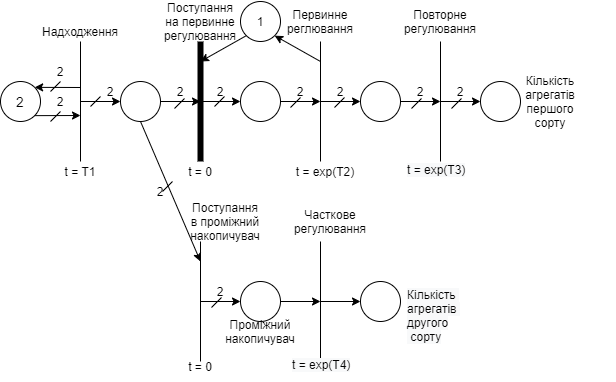
The draw.io diagram course work schema.png in ojdmytruk/SystemModeling_sem7, before a commit. Source tidied: cells renumbered, new cells last; positions are measured from the earlier drawing's top-left corner, leaving out a move shared by most shapes.
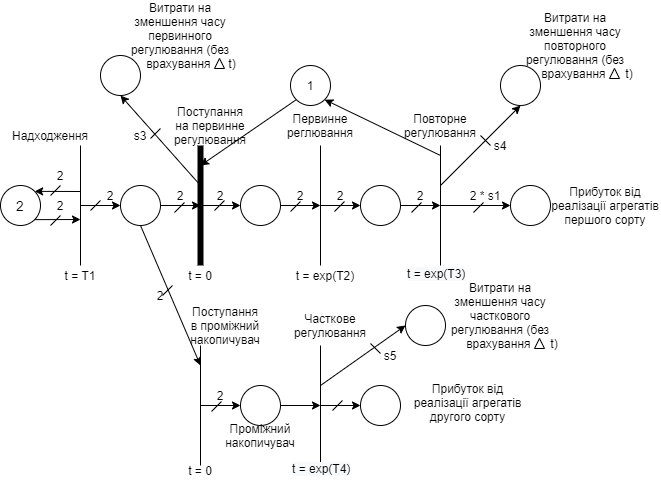
The same file after the commit.

Change to the diagram source:
```diff
@@ -74,11 +74,11 @@
       </mxGeometry>
     </mxCell>
     <mxCell id="16" value="1" style="ellipse;whiteSpace=wrap;html=1;" parent="1" vertex="1">
-      <mxGeometry x="240" width="40" height="40" as="geometry" />
+      <mxGeometry x="290" y="-40" width="40" height="40" as="geometry" />
     </mxCell>
     <mxCell id="17" style="endArrow=classic;html=1;entryX=1;entryY=1;entryDx=0;entryDy=0;" parent="1" edge="1" target="16">
       <mxGeometry relative="1" as="geometry">
-        <mxPoint x="320" y="60" as="sourcePoint" />
+        <mxPoint x="440" y="50" as="sourcePoint" />
       </mxGeometry>
     </mxCell>
     <mxCell id="18" style="endArrow=classic;html=1;exitX=0;exitY=1;exitDx=0;exitDy=0;" parent="1" edge="1" source="16">
@@ -107,7 +107,7 @@
       </mxGeometry>
     </mxCell>
     <mxCell id="23" style="ellipse;whiteSpace=wrap;html=1;" parent="1" vertex="1">
-      <mxGeometry x="480" y="80" width="40" height="40" as="geometry" />
+      <mxGeometry x="510" y="80" width="40" height="40" as="geometry" />
     </mxCell>
     <mxCell id="24" style="endArrow=classic;html=1;entryX=0;entryY=0.5;entryDx=0;entryDy=0;" parent="1" edge="1" target="23">
       <mxGeometry relative="1" as="geometry">
@@ -186,8 +186,8 @@
     </mxCell>
     <mxCell id="38" style="endArrow=none;html=1;" parent="1" edge="1">
       <mxGeometry relative="1" as="geometry">
-        <mxPoint x="451" y="107" as="sourcePoint" />
-        <mxPoint x="461" y="97" as="targetPoint" />
+        <mxPoint x="473" y="107" as="sourcePoint" />
+        <mxPoint x="483" y="97" as="targetPoint" />
       </mxGeometry>
     </mxCell>
     <mxCell id="39" style="endArrow=classic;html=1;exitX=0.5;exitY=1;exitDx=0;exitDy=0;" parent="1" edge="1" source="9">
@@ -231,20 +231,20 @@
     <mxCell id="49" value="2" style="text;html=1;strokeColor=none;fillColor=none;align=center;verticalAlign=middle;whiteSpace=wrap;rounded=0;" parent="1" vertex="1">
       <mxGeometry x="400" y="80" width="40" height="20" as="geometry" />
     </mxCell>
-    <mxCell id="50" value="2" style="text;html=1;strokeColor=none;fillColor=none;align=center;verticalAlign=middle;whiteSpace=wrap;rounded=0;" parent="1" vertex="1">
-      <mxGeometry x="440" y="80" width="40" height="20" as="geometry" />
+    <mxCell id="50" value="2 * s1" style="text;html=1;strokeColor=none;fillColor=none;align=center;verticalAlign=middle;whiteSpace=wrap;rounded=0;" parent="1" vertex="1">
+      <mxGeometry x="440" y="80" width="90" height="20" as="geometry" />
     </mxCell>
-    <mxCell id="51" value="Кількість агрегатів першого сорту" style="text;html=1;strokeColor=none;fillColor=none;align=center;verticalAlign=middle;whiteSpace=wrap;rounded=0;" parent="1" vertex="1">
-      <mxGeometry x="530" y="90" width="40" height="20" as="geometry" />
+    <mxCell id="51" value="Прибуток від реалізації агрегатів першого сорту" style="text;html=1;strokeColor=none;fillColor=none;align=center;verticalAlign=middle;whiteSpace=wrap;rounded=0;" parent="1" vertex="1">
+      <mxGeometry x="550" y="90" width="110" height="20" as="geometry" />
     </mxCell>
-    <mxCell id="52" value="&lt;span style=&quot;color: rgb(0 , 0 , 0) ; font-family: &amp;#34;helvetica&amp;#34; ; font-size: 12px ; font-style: normal ; font-weight: 400 ; letter-spacing: normal ; text-align: center ; text-indent: 0px ; text-transform: none ; word-spacing: 0px ; background-color: rgb(248 , 249 , 250) ; display: inline ; float: none&quot;&gt;Кількість &lt;br&gt;агрегатів&amp;nbsp;&lt;br&gt;другого&lt;br&gt;&amp;nbsp;сорту&lt;/span&gt;" style="text;whiteSpace=wrap;html=1;" parent="1" vertex="1">
-      <mxGeometry x="405" y="280" width="210" height="30" as="geometry" />
+    <mxCell id="52" value="&lt;span&gt;Прибуток від реалізації агрегатів другого сорту&lt;/span&gt;" style="text;whiteSpace=wrap;html=1;align=center;" parent="1" vertex="1">
+      <mxGeometry x="405" y="270" width="125" height="30" as="geometry" />
     </mxCell>
     <mxCell id="53" value="Поступання на первинне регулювання" style="text;html=1;strokeColor=none;fillColor=none;align=center;verticalAlign=middle;whiteSpace=wrap;rounded=0;" parent="1" vertex="1">
-      <mxGeometry x="180" y="10" width="40" height="20" as="geometry" />
+      <mxGeometry x="190" y="10" width="40" height="20" as="geometry" />
     </mxCell>
     <mxCell id="54" value="Надходження" style="text;html=1;strokeColor=none;fillColor=none;align=center;verticalAlign=middle;whiteSpace=wrap;rounded=0;" parent="1" vertex="1">
-      <mxGeometry x="60" y="20" width="40" height="20" as="geometry" />
+      <mxGeometry x="30" y="20" width="40" height="20" as="geometry" />
     </mxCell>
     <mxCell id="55" value="Первинне реглювання" style="text;html=1;strokeColor=none;fillColor=none;align=center;verticalAlign=middle;whiteSpace=wrap;rounded=0;" parent="1" vertex="1">
       <mxGeometry x="300" y="10" width="40" height="20" as="geometry" />
@@ -288,5 +288,85 @@
     <mxCell id="68" value="&lt;span style=&quot;color: rgb(0 , 0 , 0) ; font-family: &amp;#34;helvetica&amp;#34; ; font-size: 12px ; font-style: normal ; font-weight: 400 ; letter-spacing: normal ; text-align: center ; text-indent: 0px ; text-transform: none ; word-spacing: 0px ; background-color: rgb(248 , 249 , 250) ; display: inline ; float: none&quot;&gt;t = exp(T4)&lt;/span&gt;" style="text;whiteSpace=wrap;html=1;" parent="1" vertex="1">
       <mxGeometry x="290" y="350" width="80" height="30" as="geometry" />
     </mxCell>
+    <mxCell id="69" style="ellipse;whiteSpace=wrap;html=1;" parent="1" vertex="1">
+      <mxGeometry x="100" y="-50" width="40" height="40" as="geometry" />
+    </mxCell>
+    <mxCell id="70" style="ellipse;whiteSpace=wrap;html=1;" parent="1" vertex="1">
+      <mxGeometry x="500" y="-40" width="40" height="40" as="geometry" />
+    </mxCell>
+    <mxCell id="71" style="endArrow=classic;html=1;entryX=0.5;entryY=1;entryDx=0;entryDy=0;exitX=0;exitY=0;exitDx=0;exitDy=0;" parent="1" edge="1" source="46" target="69">
+      <mxGeometry relative="1" as="geometry" />
+    </mxCell>
+    <mxCell id="72" style="endArrow=classic;html=1;entryX=0.5;entryY=1;entryDx=0;entryDy=0;exitX=0;exitY=0;exitDx=0;exitDy=0;exitPerimeter=0;" parent="1" edge="1" source="50" target="70">
+      <mxGeometry relative="1" as="geometry" />
+    </mxCell>
+    <mxCell id="73" style="ellipse;whiteSpace=wrap;html=1;" parent="1" vertex="1">
+      <mxGeometry x="405" y="200" width="40" height="40" as="geometry" />
+    </mxCell>
+    <mxCell id="74" style="endArrow=classic;html=1;entryX=0;entryY=0.5;entryDx=0;entryDy=0;" parent="1" edge="1" target="73">
+      <mxGeometry relative="1" as="geometry">
+        <mxPoint x="320" y="280" as="sourcePoint" />
+      </mxGeometry>
+    </mxCell>
+    <mxCell id="75" style="endArrow=none;html=1;" parent="1" edge="1">
+      <mxGeometry relative="1" as="geometry">
+        <mxPoint x="150" y="33" as="sourcePoint" />
+        <mxPoint x="160" y="23" as="targetPoint" />
+      </mxGeometry>
+    </mxCell>
+    <mxCell id="76" style="endArrow=none;html=1;" parent="1" edge="1">
+      <mxGeometry relative="1" as="geometry">
+        <mxPoint x="480" y="30" as="sourcePoint" />
+        <mxPoint x="490" y="40" as="targetPoint" />
+      </mxGeometry>
+    </mxCell>
+    <mxCell id="77" style="endArrow=none;html=1;" parent="1" edge="1">
+      <mxGeometry relative="1" as="geometry">
+        <mxPoint x="370" y="238" as="sourcePoint" />
+        <mxPoint x="380" y="248" as="targetPoint" />
+      </mxGeometry>
+    </mxCell>
+    <mxCell id="78" style="endArrow=none;html=1;" parent="1" edge="1">
+      <mxGeometry relative="1" as="geometry">
+        <mxPoint x="332" y="305" as="sourcePoint" />
+        <mxPoint x="342" y="295" as="targetPoint" />
+      </mxGeometry>
+    </mxCell>
+    <mxCell id="79" value="s3" style="text;html=1;strokeColor=none;fillColor=none;align=center;verticalAlign=middle;whiteSpace=wrap;rounded=0;" parent="1" vertex="1">
+      <mxGeometry x="120" y="20" width="40" height="20" as="geometry" />
+    </mxCell>
+    <mxCell id="80" value="s4" style="text;html=1;strokeColor=none;fillColor=none;align=center;verticalAlign=middle;whiteSpace=wrap;rounded=0;" parent="1" vertex="1">
+      <mxGeometry x="480" y="30" width="40" height="20" as="geometry" />
+    </mxCell>
+    <mxCell id="81" value="s5" style="text;html=1;strokeColor=none;fillColor=none;align=center;verticalAlign=middle;whiteSpace=wrap;rounded=0;" parent="1" vertex="1">
+      <mxGeometry x="370" y="240" width="40" height="20" as="geometry" />
+    </mxCell>
+    <mxCell id="82" value="Витрати на зменшення часу первинного регулювання (без врахування&amp;nbsp;" style="text;html=1;strokeColor=none;fillColor=none;align=center;verticalAlign=middle;whiteSpace=wrap;rounded=0;" parent="1" vertex="1">
+      <mxGeometry x="115" y="-80" width="130" height="20" as="geometry" />
+    </mxCell>
+    <mxCell id="83" style="triangle;whiteSpace=wrap;html=1;rotation=-90;" parent="1" vertex="1">
+      <mxGeometry x="214" y="-47" width="10" height="10" as="geometry" />
+    </mxCell>
+    <mxCell id="84" value="Витрати на зменшення часу повторного регулювання (без врахування&amp;nbsp;" style="text;html=1;strokeColor=none;fillColor=none;align=center;verticalAlign=middle;whiteSpace=wrap;rounded=0;" parent="1" vertex="1">
+      <mxGeometry x="510" y="-70" width="130" height="20" as="geometry" />
+    </mxCell>
+    <mxCell id="85" style="triangle;whiteSpace=wrap;html=1;rotation=-90;" parent="1" vertex="1">
+      <mxGeometry x="609" y="-37" width="10" height="10" as="geometry" />
+    </mxCell>
+    <mxCell id="86" value="t)" style="text;html=1;strokeColor=none;fillColor=none;align=center;verticalAlign=middle;whiteSpace=wrap;rounded=0;" parent="1" vertex="1">
+      <mxGeometry x="212" y="-52" width="40" height="20" as="geometry" />
+    </mxCell>
+    <mxCell id="87" value="t)" style="text;html=1;strokeColor=none;fillColor=none;align=center;verticalAlign=middle;whiteSpace=wrap;rounded=0;" parent="1" vertex="1">
+      <mxGeometry x="609" y="-42" width="40" height="20" as="geometry" />
+    </mxCell>
+    <mxCell id="88" value="Витрати на зменшення часу часткового регулювання (без врахування&amp;nbsp;" style="text;html=1;strokeColor=none;fillColor=none;align=center;verticalAlign=middle;whiteSpace=wrap;rounded=0;" parent="1" vertex="1">
+      <mxGeometry x="435" y="200" width="130" height="20" as="geometry" />
+    </mxCell>
+    <mxCell id="89" style="triangle;whiteSpace=wrap;html=1;rotation=-90;" parent="1" vertex="1">
+      <mxGeometry x="534" y="233" width="10" height="10" as="geometry" />
+    </mxCell>
+    <mxCell id="90" value="t)" style="text;html=1;strokeColor=none;fillColor=none;align=center;verticalAlign=middle;whiteSpace=wrap;rounded=0;" parent="1" vertex="1">
+      <mxGeometry x="534" y="228" width="40" height="20" as="geometry" />
+    </mxCell>
   </root>
 </mxGraphModel>
```
